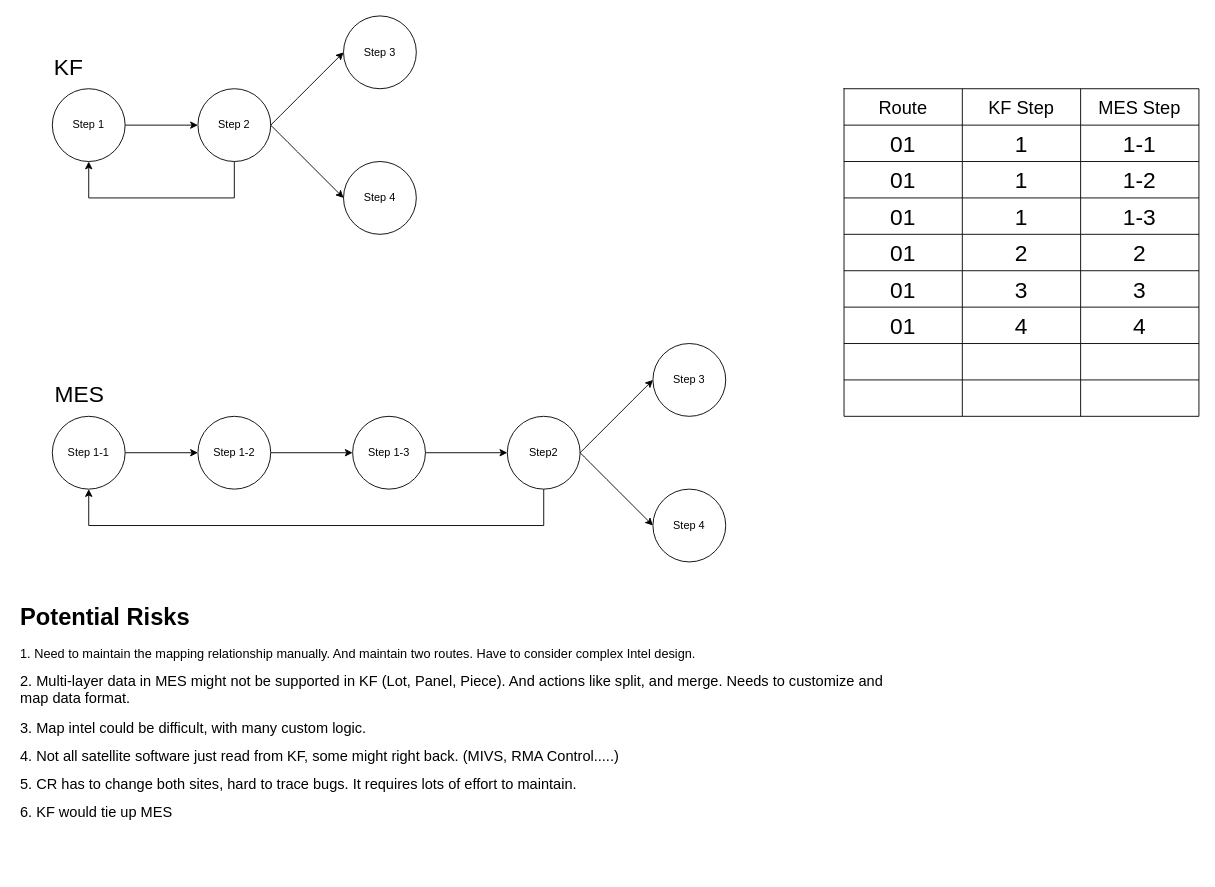
The draw.io diagram page "KF to MES routing mapping" (2 of 4) of MES Mindmaps/MES分階段.drawio in vinceliao99/MyDiagrams, before the edit. Source tidied: cells renumbered, new cells numbered last; positions are measured from the earlier drawing's top-left corner, leaving out a move shared by most shapes. Both pictures are drawn from the tidied source at 91%, with x=0, y=0 at pixel (15, 15).
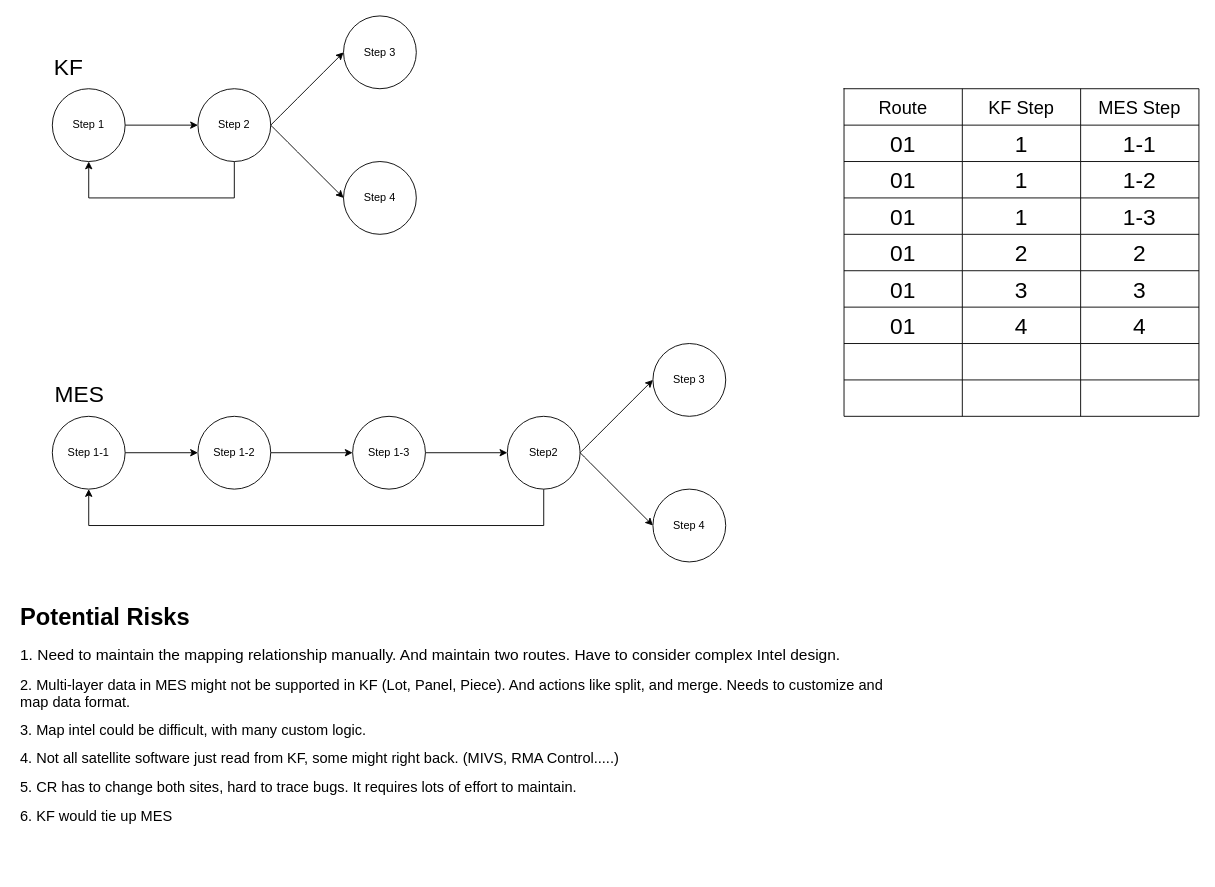
The same diagram, later.

What changed in the source:
```diff
@@
-    <mxCell id="66" value="&lt;h1&gt;&lt;font style=&quot;font-size: 26px;&quot;&gt;Potential Risks&lt;/font&gt;&lt;/h1&gt;&lt;p&gt;&lt;font style=&quot;font-size: 14px;&quot;&gt;1. Need to maintain the mapping relationship manually. And maintain two routes. Have to consider complex Intel design.&lt;/font&gt;&lt;/p&gt;&lt;p&gt;&lt;font size=&quot;3&quot;&gt;2. Multi-layer data in MES might not be supported in KF (Lot, Panel, Piece). And actions like split, and merge. Needs to customize and map data format.&amp;nbsp;&lt;/font&gt;&lt;/p&gt;&lt;p&gt;&lt;font size=&quot;3&quot;&gt;3. Map intel could be difficult, with many custom logic.&lt;/font&gt;&lt;/p&gt;&lt;p&gt;&lt;font size=&quot;3&quot;&gt;4. Not all satellite software just read from KF, some might right back. (MIVS, RMA Control.....)&amp;nbsp;&lt;/font&gt;&lt;/p&gt;&lt;p&gt;&lt;font size=&quot;3&quot;&gt;5. CR has to change both sites, hard to trace bugs. It requires lots of effort to maintain.&lt;/font&gt;&lt;/p&gt;&lt;p&gt;&lt;font size=&quot;3&quot;&gt;6. KF would tie up MES&lt;/font&gt;&lt;/p&gt;&lt;p&gt;&lt;br&gt;&lt;/p&gt;" style="text;html=1;strokeColor=none;fillColor=none;spacing=5;spacingTop=-20;whiteSpace=wrap;overflow=hidden;rounded=0;" parent="1" vertex="1">
+    <mxCell id="66" value="&lt;h1&gt;&lt;font style=&quot;font-size: 26px;&quot;&gt;Potential Risks&lt;/font&gt;&lt;/h1&gt;&lt;p&gt;&lt;font style=&quot;font-size: 17px;&quot;&gt;1. Need to maintain the mapping relationship manually. And maintain two routes. Have to consider complex Intel design.&lt;/font&gt;&lt;/p&gt;&lt;p&gt;&lt;font size=&quot;3&quot;&gt;2. Multi-layer data in MES might not be supported in KF (Lot, Panel, Piece). And actions like split, and merge. Needs to customize and map data format.&amp;nbsp;&lt;/font&gt;&lt;/p&gt;&lt;p&gt;&lt;font size=&quot;3&quot;&gt;3. Map intel could be difficult, with many custom logic.&lt;/font&gt;&lt;/p&gt;&lt;p&gt;&lt;font size=&quot;3&quot;&gt;4. Not all satellite software just read from KF, some might right back. (MIVS, RMA Control.....)&amp;nbsp;&lt;/font&gt;&lt;/p&gt;&lt;p&gt;&lt;font size=&quot;3&quot;&gt;5. CR has to change both sites, hard to trace bugs. It requires lots of effort to maintain.&lt;/font&gt;&lt;/p&gt;&lt;p&gt;&lt;font size=&quot;3&quot;&gt;6. KF would tie up MES&lt;/font&gt;&lt;/p&gt;&lt;p&gt;&lt;br&gt;&lt;/p&gt;" style="text;html=1;strokeColor=none;fillColor=none;spacing=5;spacingTop=-20;whiteSpace=wrap;overflow=hidden;rounded=0;" parent="1" vertex="1">
       <mxGeometry y="640" width="990" height="280" as="geometry" />
     </mxCell>
```
